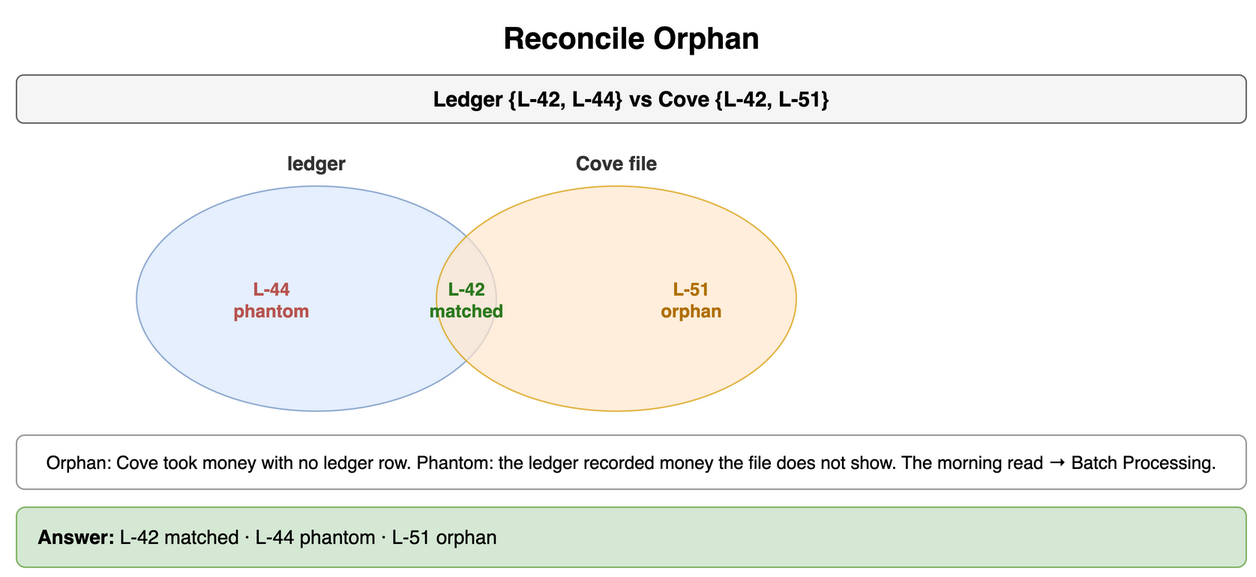
Above: content/09_System_Design_Interview/23_Payment_and_Financial_Systems/diagrams/payments-drills-7-reconcile-orphan.png in amendez13/swe-study-guide (draw.io), before the change. Source tidied: cells renumbered, new cells last; positions are measured from the earlier drawing's top-left corner, leaving out a move shared by most shapes. Its diagram source:
```xml
<mxGraphModel>
  <root>
    <mxCell id="0" />
    <mxCell id="1" parent="0" />
    <mxCell id="2" value="Reconcile Orphan" style="text;html=1;align=center;verticalAlign=middle;whiteSpace=wrap;fontSize=20;fontStyle=1;" parent="1" vertex="1">
      <mxGeometry width="820" height="30" as="geometry" />
    </mxCell>
    <mxCell id="3" value="Ledger {L-42, L-44} vs Cove {L-42, L-51}" style="rounded=1;whiteSpace=wrap;html=1;fillColor=#f5f5f5;strokeColor=#666666;fontStyle=1;fontSize=14;" parent="1" vertex="1">
      <mxGeometry y="40" width="820" height="32" as="geometry" />
    </mxCell>
    <mxCell id="4" value="ledger" style="text;html=1;whiteSpace=wrap;fontSize=11;align=center;verticalAlign=middle;fontSize=13;fontColor=#333333;fontStyle=1;" parent="1" vertex="1">
      <mxGeometry x="80" y="90" width="240" height="18" as="geometry" />
    </mxCell>
    <mxCell id="5" value="Cove file" style="text;html=1;whiteSpace=wrap;fontSize=11;align=center;verticalAlign=middle;fontSize=13;fontColor=#333333;fontStyle=1;" parent="1" vertex="1">
      <mxGeometry x="280" y="90" width="240" height="18" as="geometry" />
    </mxCell>
    <mxCell id="6" style="ellipse;fillColor=#dae8fc;strokeColor=#6c8ebf;opacity=70;" parent="1" vertex="1">
      <mxGeometry x="80" y="114" width="240" height="150" as="geometry" />
    </mxCell>
    <mxCell id="7" style="ellipse;fillColor=#ffe6cc;strokeColor=#d79b00;opacity=70;" parent="1" vertex="1">
      <mxGeometry x="280" y="114" width="240" height="150" as="geometry" />
    </mxCell>
    <mxCell id="8" value="L-44&lt;br&gt;phantom" style="text;html=1;whiteSpace=wrap;fontSize=11;align=center;verticalAlign=middle;fontSize=12;fontColor=#b85450;fontStyle=1;" parent="1" vertex="1">
      <mxGeometry x="120" y="170" width="100" height="40" as="geometry" />
    </mxCell>
    <mxCell id="9" value="L-42&lt;br&gt;matched" style="text;html=1;whiteSpace=wrap;fontSize=11;align=center;verticalAlign=middle;fontSize=12;fontColor=#2d7a1f;fontStyle=1;" parent="1" vertex="1">
      <mxGeometry x="250" y="170" width="100" height="40" as="geometry" />
    </mxCell>
    <mxCell id="10" value="L-51&lt;br&gt;orphan" style="text;html=1;whiteSpace=wrap;fontSize=11;align=center;verticalAlign=middle;fontSize=12;fontColor=#b07000;fontStyle=1;" parent="1" vertex="1">
      <mxGeometry x="400" y="170" width="100" height="40" as="geometry" />
    </mxCell>
    <mxCell id="11" value="Orphan: Cove took money with no ledger row. Phantom: the ledger recorded money the file does not show. The morning read → Batch Processing." style="rounded=1;whiteSpace=wrap;html=1;fillColor=#ffffff;strokeColor=#999999;fontSize=12;align=center;" parent="1" vertex="1">
      <mxGeometry y="280" width="820" height="36" as="geometry" />
    </mxCell>
    <mxCell id="12" value="&lt;b&gt;Answer:&lt;/b&gt; L-42 matched · L-44 phantom · L-51 orphan" style="rounded=1;whiteSpace=wrap;html=1;fillColor=#d5e8d4;strokeColor=#82b366;fontSize=13;align=left;spacingLeft=12;" parent="1" vertex="1">
      <mxGeometry y="328" width="820" height="40" as="geometry" />
    </mxCell>
  </root>
</mxGraphModel>
```
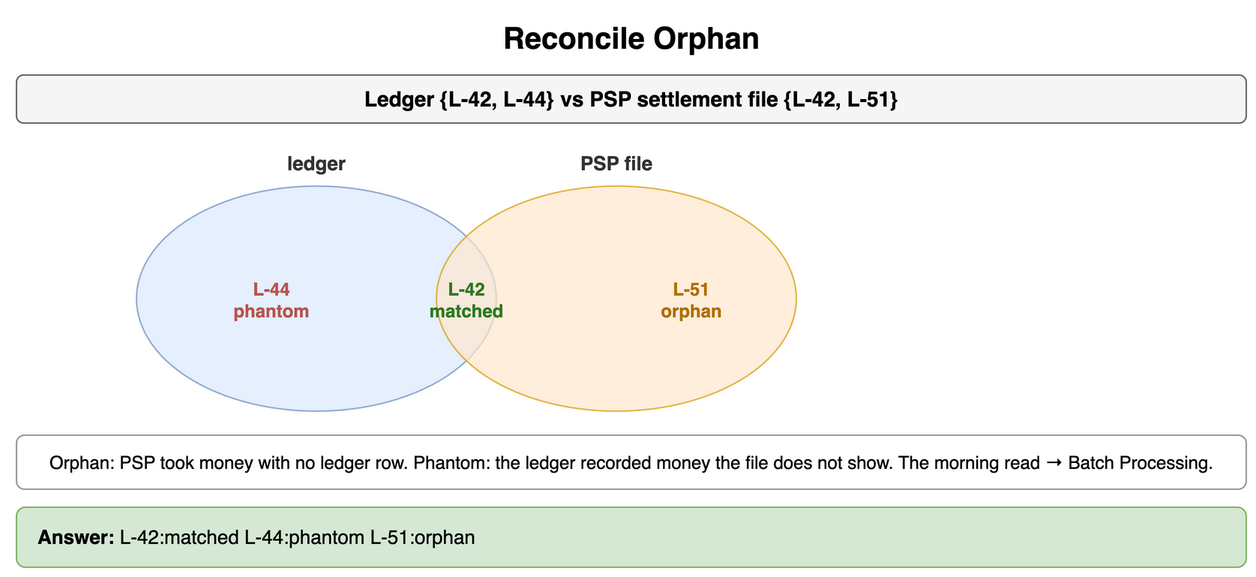
After the change.

Change to the diagram source:
```diff
@@ -5,13 +5,13 @@
     <mxCell id="2" value="Reconcile Orphan" style="text;html=1;align=center;verticalAlign=middle;whiteSpace=wrap;fontSize=20;fontStyle=1;" parent="1" vertex="1">
       <mxGeometry width="820" height="30" as="geometry" />
     </mxCell>
-    <mxCell id="3" value="Ledger {L-42, L-44} vs Cove {L-42, L-51}" style="rounded=1;whiteSpace=wrap;html=1;fillColor=#f5f5f5;strokeColor=#666666;fontStyle=1;fontSize=14;" parent="1" vertex="1">
+    <mxCell id="3" value="Ledger {L-42, L-44} vs PSP settlement file {L-42, L-51}" style="rounded=1;whiteSpace=wrap;html=1;fillColor=#f5f5f5;strokeColor=#666666;fontStyle=1;fontSize=14;" parent="1" vertex="1">
       <mxGeometry y="40" width="820" height="32" as="geometry" />
     </mxCell>
     <mxCell id="4" value="ledger" style="text;html=1;whiteSpace=wrap;fontSize=11;align=center;verticalAlign=middle;fontSize=13;fontColor=#333333;fontStyle=1;" parent="1" vertex="1">
       <mxGeometry x="80" y="90" width="240" height="18" as="geometry" />
     </mxCell>
-    <mxCell id="5" value="Cove file" style="text;html=1;whiteSpace=wrap;fontSize=11;align=center;verticalAlign=middle;fontSize=13;fontColor=#333333;fontStyle=1;" parent="1" vertex="1">
+    <mxCell id="5" value="PSP file" style="text;html=1;whiteSpace=wrap;fontSize=11;align=center;verticalAlign=middle;fontSize=13;fontColor=#333333;fontStyle=1;" parent="1" vertex="1">
       <mxGeometry x="280" y="90" width="240" height="18" as="geometry" />
     </mxCell>
     <mxCell id="6" style="ellipse;fillColor=#dae8fc;strokeColor=#6c8ebf;opacity=70;" parent="1" vertex="1">
@@ -29,10 +29,10 @@
     <mxCell id="10" value="L-51&lt;br&gt;orphan" style="text;html=1;whiteSpace=wrap;fontSize=11;align=center;verticalAlign=middle;fontSize=12;fontColor=#b07000;fontStyle=1;" parent="1" vertex="1">
       <mxGeometry x="400" y="170" width="100" height="40" as="geometry" />
     </mxCell>
-    <mxCell id="11" value="Orphan: Cove took money with no ledger row. Phantom: the ledger recorded money the file does not show. The morning read → Batch Processing." style="rounded=1;whiteSpace=wrap;html=1;fillColor=#ffffff;strokeColor=#999999;fontSize=12;align=center;" parent="1" vertex="1">
+    <mxCell id="11" value="Orphan: PSP took money with no ledger row. Phantom: the ledger recorded money the file does not show. The morning read → Batch Processing." style="rounded=1;whiteSpace=wrap;html=1;fillColor=#ffffff;strokeColor=#999999;fontSize=12;align=center;" parent="1" vertex="1">
       <mxGeometry y="280" width="820" height="36" as="geometry" />
     </mxCell>
-    <mxCell id="12" value="&lt;b&gt;Answer:&lt;/b&gt; L-42 matched · L-44 phantom · L-51 orphan" style="rounded=1;whiteSpace=wrap;html=1;fillColor=#d5e8d4;strokeColor=#82b366;fontSize=13;align=left;spacingLeft=12;" parent="1" vertex="1">
+    <mxCell id="12" value="&lt;b&gt;Answer:&lt;/b&gt; L-42:matched L-44:phantom L-51:orphan" style="rounded=1;whiteSpace=wrap;html=1;fillColor=#d5e8d4;strokeColor=#82b366;fontSize=13;align=left;spacingLeft=12;" parent="1" vertex="1">
       <mxGeometry y="328" width="820" height="40" as="geometry" />
     </mxCell>
   </root>
```
